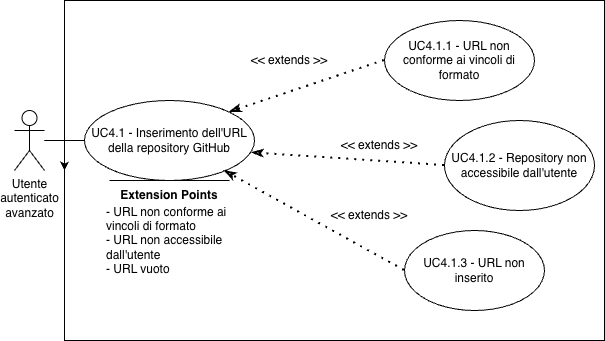
Above: assets/diagrams/UC4_1.png in SkarabGroup/DocumentazioneProgetto (draw.io), before the change. Source tidied: cells renumbered, new cells last; positions are measured from the earlier drawing's top-left corner, leaving out a move shared by most shapes.
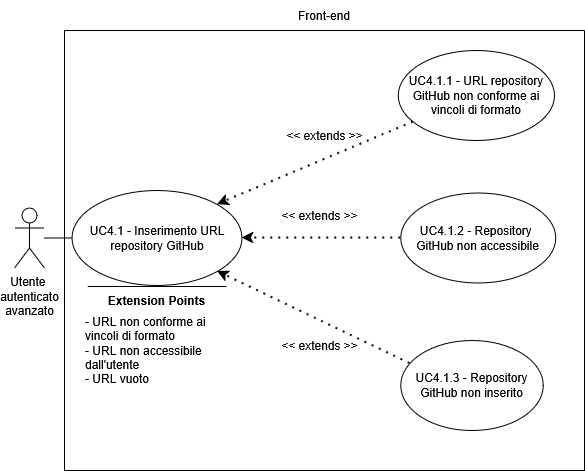
After the change.

Change to the diagram source:
```diff
@@ -2,58 +2,59 @@
   <root>
     <mxCell id="0" />
     <mxCell id="1" parent="0" />
-    <mxCell id="2" style="rounded=0;whiteSpace=wrap;html=1;" parent="1" vertex="1">
-      <mxGeometry x="50" width="540" height="340" as="geometry" />
-    </mxCell>
-    <mxCell id="3" style="edgeStyle=orthogonalEdgeStyle;rounded=0;jettySize=auto;html=1;" parent="1" edge="1" source="4" target="2">
-      <mxGeometry relative="1" as="geometry" />
-    </mxCell>
+    <mxCell id="19" style="swimlane;startSize=0;" parent="1" vertex="1">
+      <mxGeometry x="50" y="-67.5" width="520" height="440" as="geometry" />
+    </mxCell>
+    <mxCell id="20" value="UC4.1.1 - URL repository GitHub non conforme ai vincoli di formato" style="ellipse;whiteSpace=wrap;html=1;" parent="19" vertex="1">
+      <mxGeometry x="333.8" y="20" width="156.2" height="90" as="geometry" />
+    </mxCell>
+    <mxCell id="21" style="endArrow=classic;dashed=1;html=1;dashPattern=1 3;strokeWidth=2;rounded=0;entryX=1;entryY=0;entryDx=0;entryDy=0;strokeColor=default;curved=0;endFill=1;endSize=6;" parent="19" edge="1" source="20" target="26">
+      <mxGeometry relative="1" as="geometry" />
+    </mxCell>
+    <mxCell id="22" value="&lt;div&gt;&amp;lt;&amp;lt; extends &amp;gt;&amp;gt;&lt;/div&gt;" style="text;html=1;whiteSpace=wrap;strokeColor=none;fillColor=none;align=center;verticalAlign=middle;rounded=0;" parent="19" vertex="1">
+      <mxGeometry x="212.5" y="90" width="95" height="30" as="geometry" />
+    </mxCell>
+    <mxCell id="23" value="&lt;div&gt;UC4.1.2 - Repository&amp;nbsp;&lt;/div&gt;&lt;div&gt;GitHub non accessibile&lt;/div&gt;" style="ellipse;whiteSpace=wrap;html=1;" parent="19" vertex="1">
+      <mxGeometry x="336.2" y="162.5" width="155" height="90" as="geometry" />
+    </mxCell>
+    <mxCell id="24" style="endArrow=classic;dashed=1;html=1;dashPattern=1 3;strokeWidth=2;rounded=0;exitX=0;exitY=0.5;exitDx=0;exitDy=0;strokeColor=default;curved=0;endFill=1;endSize=6;entryX=1;entryY=0.5;entryDx=0;entryDy=0;" parent="19" edge="1" source="23" target="26">
+      <mxGeometry relative="1" as="geometry" />
+    </mxCell>
+    <mxCell id="25" value="&amp;lt;&amp;lt; extends &amp;gt;&amp;gt;" style="text;html=1;whiteSpace=wrap;strokeColor=none;fillColor=none;align=center;verticalAlign=middle;rounded=0;" parent="19" vertex="1">
+      <mxGeometry x="207.5" y="170" width="95" height="30" as="geometry" />
+    </mxCell>
+    <mxCell id="26" value="UC4.1 - Inserimento URL repository GitHub" style="ellipse;whiteSpace=wrap;html=1;" parent="19" vertex="1">
+      <mxGeometry x="7.5" y="160" width="170" height="95" as="geometry" />
+    </mxCell>
+    <mxCell id="27" style="endArrow=none;html=1;rounded=0;" parent="19" edge="1">
+      <mxGeometry relative="1" as="geometry">
+        <mxPoint x="162" y="256" as="sourcePoint" />
+        <mxPoint x="23.2" y="256" as="targetPoint" />
+      </mxGeometry>
+    </mxCell>
+    <mxCell id="10" value="&lt;b&gt;Extension Points&lt;/b&gt;" style="text;html=1;whiteSpace=wrap;strokeColor=none;fillColor=none;align=center;verticalAlign=middle;rounded=0;strokeWidth=5;" parent="19" vertex="1">
+      <mxGeometry x="35" y="255" width="115" height="30" as="geometry" />
+    </mxCell>
+    <mxCell id="12" value="&lt;div align=&quot;left&quot;&gt;- URL non conforme ai vincoli di formato&lt;/div&gt;&lt;div align=&quot;left&quot;&gt;- URL non accessibile dall'utente&lt;/div&gt;&lt;div align=&quot;left&quot;&gt;- URL vuoto&lt;/div&gt;" style="text;html=1;whiteSpace=wrap;strokeColor=none;fillColor=none;align=left;verticalAlign=middle;rounded=0;" parent="19" vertex="1">
+      <mxGeometry x="19" y="270" width="147" height="100" as="geometry" />
+    </mxCell>
+    <mxCell id="28" value="UC4.1.3 - Repository GitHub non inserito" style="ellipse;whiteSpace=wrap;html=1;" parent="19" vertex="1">
+      <mxGeometry x="336.2" y="310" width="142.5" height="90" as="geometry" />
+    </mxCell>
+    <mxCell id="29" style="endArrow=classic;dashed=1;html=1;dashPattern=1 3;strokeWidth=2;rounded=0;entryX=1;entryY=1;entryDx=0;entryDy=0;exitX=0.065;exitY=0.256;exitDx=0;exitDy=0;strokeColor=default;curved=0;endFill=1;endSize=6;exitPerimeter=0;" parent="19" edge="1" source="28" target="26">
+      <mxGeometry relative="1" as="geometry" />
+    </mxCell>
+    <mxCell id="30" value="&amp;lt;&amp;lt; extends &amp;gt;&amp;gt;" style="text;html=1;whiteSpace=wrap;strokeColor=none;fillColor=none;align=center;verticalAlign=middle;rounded=0;" parent="19" vertex="1">
+      <mxGeometry x="207.5" y="300" width="95" height="30" as="geometry" />
+    </mxCell>
+    <mxCell id="31" value="Front-end" style="text;html=1;whiteSpace=wrap;strokeColor=none;fillColor=none;align=center;verticalAlign=middle;rounded=0;" parent="1" vertex="1">
+      <mxGeometry x="280" y="-97.5" width="60" height="30" as="geometry" />
+    </mxCell>
-    <mxCell id="4" value="Utente&lt;div&gt;autenticato&lt;/div&gt;&lt;div&gt;avanzato&lt;/div&gt;" style="shape=umlActor;verticalLabelPosition=bottom;verticalAlign=top;html=1;outlineConnect=0;" parent="1" vertex="1">
+    <mxCell id="4" value="&lt;div&gt;Utente&amp;nbsp;&lt;/div&gt;&lt;div&gt;autenticato&lt;/div&gt;&lt;div&gt;avanzato&lt;/div&gt;" style="shape=umlActor;verticalLabelPosition=bottom;verticalAlign=top;html=1;outlineConnect=0;" parent="1" vertex="1">
       <mxGeometry y="110" width="30" height="60" as="geometry" />
     </mxCell>
-    <mxCell id="5" value="UC4.1 - Inserimento dell'URL della repository GitHub" style="ellipse;whiteSpace=wrap;html=1;" parent="1" vertex="1">
-      <mxGeometry x="70" y="100" width="170" height="80" as="geometry" />
-    </mxCell>
-    <mxCell id="6" value="UC4.1.1 - URL non conforme ai vincoli di formato" style="ellipse;whiteSpace=wrap;html=1;" parent="1" vertex="1">
-      <mxGeometry x="370" y="20" width="150" height="80" as="geometry" />
-    </mxCell>
-    <mxCell id="7" style="endArrow=classicThin;dashed=1;html=1;dashPattern=1 3;strokeWidth=2;rounded=0;entryX=1;entryY=0;entryDx=0;entryDy=0;exitX=0;exitY=0.5;exitDx=0;exitDy=0;endFill=0;startArrow=none;startFill=0;" parent="1" edge="1" source="6" target="5">
-      <mxGeometry relative="1" as="geometry" />
-    </mxCell>
-    <mxCell id="8" style="endArrow=none;html=1;rounded=0;entryX=0;entryY=0.5;entryDx=0;entryDy=0;" parent="1" edge="1" source="4" target="5">
-      <mxGeometry relative="1" as="geometry" />
-    </mxCell>
-    <mxCell id="9" value="&amp;lt;&amp;lt; extends &amp;gt;&amp;gt;" style="text;html=1;whiteSpace=wrap;strokeColor=none;fillColor=none;align=center;verticalAlign=middle;rounded=0;" parent="1" vertex="1">
-      <mxGeometry x="230" y="45" width="90" height="30" as="geometry" />
-    </mxCell>
-    <mxCell id="10" value="&lt;b&gt;Extension Points&lt;/b&gt;" style="text;html=1;whiteSpace=wrap;strokeColor=none;fillColor=none;align=center;verticalAlign=middle;rounded=0;" parent="1" vertex="1">
-      <mxGeometry x="95" y="180" width="120" height="30" as="geometry" />
-    </mxCell>
-    <mxCell id="11" style="endArrow=none;html=1;rounded=0;entryX=1;entryY=0;entryDx=0;entryDy=0;" parent="1" edge="1" target="10">
-      <mxGeometry relative="1" as="geometry">
-        <mxPoint x="95" y="180" as="sourcePoint" />
-      </mxGeometry>
-    </mxCell>
-    <mxCell id="12" value="- URL non conforme ai vincoli di formato&lt;div&gt;- URL non accessibile dall'utente&lt;/div&gt;&lt;div&gt;- URL vuoto&lt;/div&gt;" style="text;html=1;whiteSpace=wrap;strokeColor=none;fillColor=none;align=left;verticalAlign=middle;rounded=0;" parent="1" vertex="1">
-      <mxGeometry x="90" y="190" width="140" height="100" as="geometry" />
-    </mxCell>
-    <mxCell id="13" value="UC4.1.2 - Repository non accessibile dall'utente" style="ellipse;whiteSpace=wrap;html=1;" parent="1" vertex="1">
-      <mxGeometry x="430" y="120" width="150" height="90" as="geometry" />
-    </mxCell>
-    <mxCell id="14" style="endArrow=classicThin;dashed=1;html=1;dashPattern=1 3;strokeWidth=2;rounded=0;entryX=0.985;entryY=0.654;entryDx=0;entryDy=0;exitX=0;exitY=0.5;exitDx=0;exitDy=0;endFill=0;startArrow=none;startFill=0;entryPerimeter=0;" parent="1" edge="1" source="13" target="5">
-      <mxGeometry relative="1" as="geometry" />
-    </mxCell>
-    <mxCell id="15" value="&amp;lt;&amp;lt; extends &amp;gt;&amp;gt;" style="text;html=1;whiteSpace=wrap;strokeColor=none;fillColor=none;align=center;verticalAlign=middle;rounded=0;" parent="1" vertex="1">
-      <mxGeometry x="320" y="130" width="90" height="30" as="geometry" />
-    </mxCell>
-    <mxCell id="16" value="UC4.1.3 - URL non inserito" style="ellipse;whiteSpace=wrap;html=1;" parent="1" vertex="1">
-      <mxGeometry x="390" y="230" width="140" height="80" as="geometry" />
-    </mxCell>
-    <mxCell id="17" style="endArrow=classicThin;dashed=1;html=1;dashPattern=1 3;strokeWidth=2;rounded=0;exitX=0;exitY=0.5;exitDx=0;exitDy=0;endFill=0;startArrow=none;startFill=0;" parent="1" edge="1" source="16" target="5">
-      <mxGeometry relative="1" as="geometry" />
-    </mxCell>
-    <mxCell id="18" value="&amp;lt;&amp;lt; extends &amp;gt;&amp;gt;" style="text;html=1;whiteSpace=wrap;strokeColor=none;fillColor=none;align=center;verticalAlign=middle;rounded=0;" parent="1" vertex="1">
-      <mxGeometry x="310" y="200" width="90" height="30" as="geometry" />
-    </mxCell>
+    <mxCell id="32" style="endArrow=none;html=1;rounded=0;entryX=0;entryY=0.5;entryDx=0;entryDy=0;" parent="1" edge="1" source="4" target="26">
+      <mxGeometry relative="1" as="geometry" />
+    </mxCell>
   </root>
 </mxGraphModel>
```
